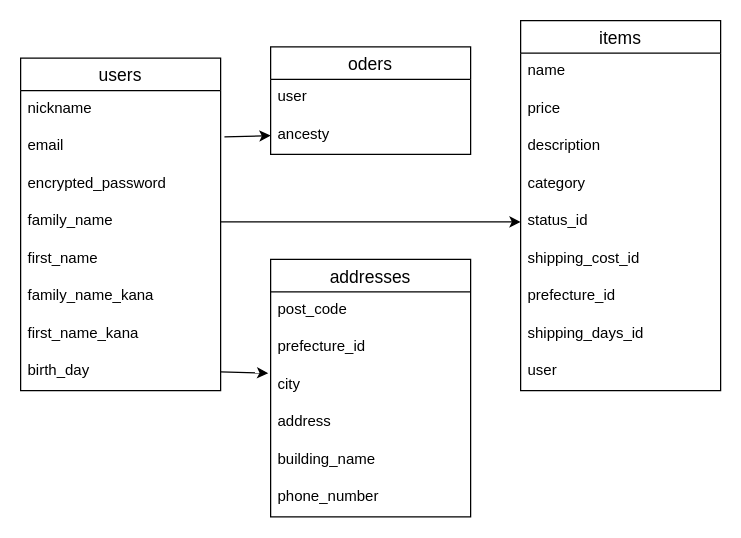
Earlier version of the draw.io diagram furima.dio (123yuki/furima-37850). Source tidied: cells renumbered, new cells numbered last; positions are measured from the earlier drawing's top-left corner, leaving out a move shared by most shapes. Both pictures are drawn from the tidied source at 125%, with x=0, y=0 at pixel (20, 20).
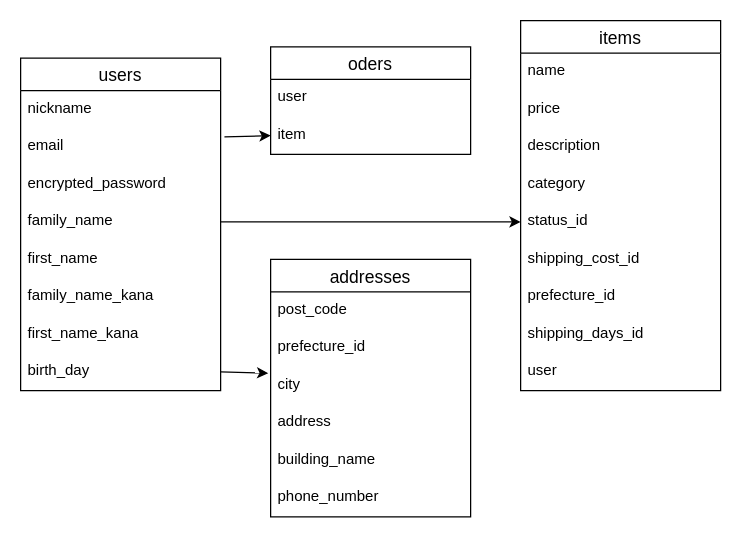
After the change.

Commit message (it also covers changes not shown here):
データベース設計の編集.005

Unchanged cells that the change refers to:
```xml
<mxCell id="14" value="oders" style="swimlane;fontStyle=0;horizontal=1;startSize=26;align=center;fontSize=14;" parent="1" vertex="1">
  <mxGeometry x="200" y="21" width="160" height="86" as="geometry" />
</mxCell>
```

What changed in the source:
```diff
@@
-    <mxCell id="16" value="ancesty" style="text;strokeColor=none;fillColor=none;spacingLeft=4;spacingRight=4;overflow=hidden;points=[[0,0.5],[1,0.5]];portConstraint=eastwest;fontSize=12;" parent="14" vertex="1">
+    <mxCell id="16" value="item" style="text;strokeColor=none;fillColor=none;spacingLeft=4;spacingRight=4;overflow=hidden;points=[[0,0.5],[1,0.5]];portConstraint=eastwest;fontSize=12;" parent="14" vertex="1">
       <mxGeometry y="56" width="160" height="30" as="geometry" />
     </mxCell>
```
